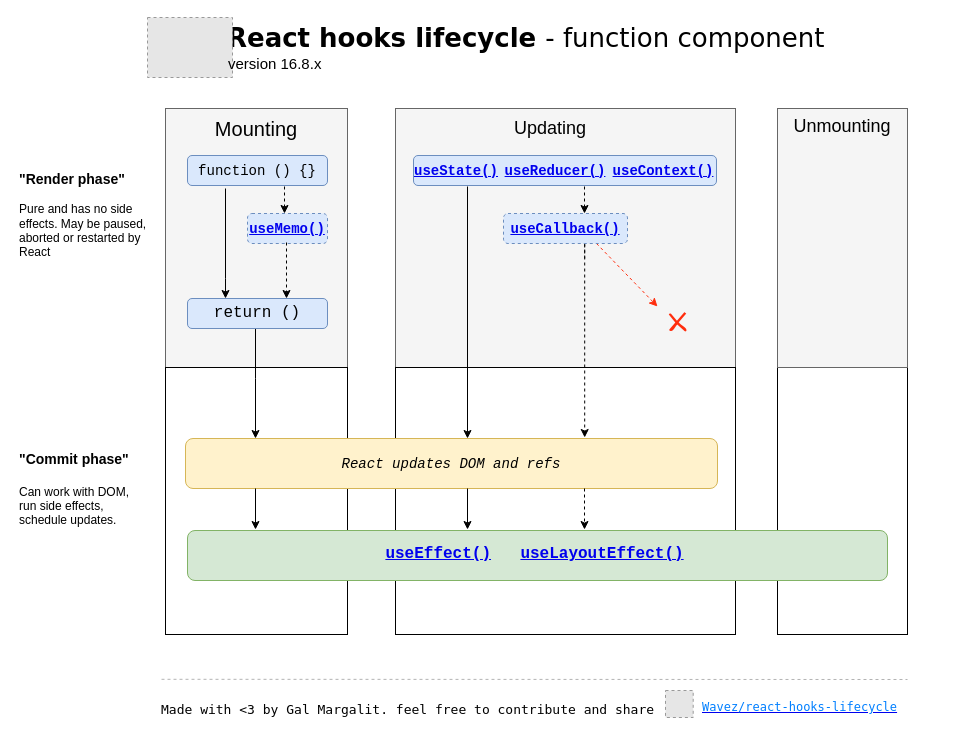
Before: chart.drawio in Wavez/react-hooks-lifecycle, a draw.io diagram. Source tidied: cells renumbered, new cells numbered last; positions are measured from the earlier drawing's top-left corner, leaving out a move shared by most shapes. Both pictures are drawn from the tidied source at 100%, with x=0, y=0 at pixel (17, 17). Pictures stored in the file or linked from it are replaced by grey dashed boxes.
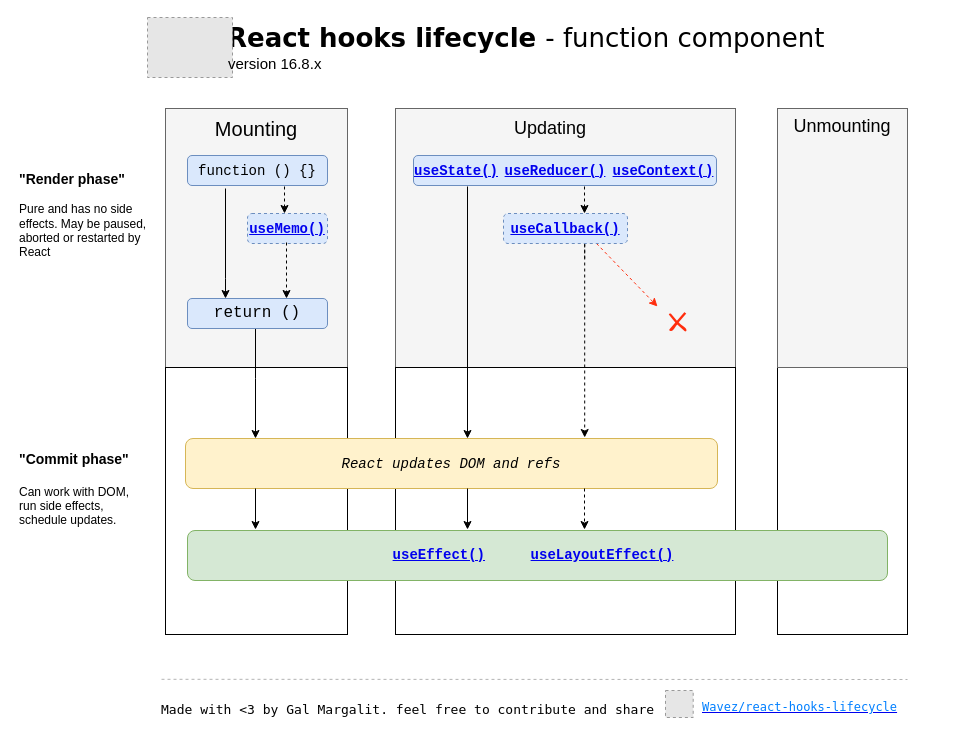
After the change.

Change to the diagram source:
```diff
@@
-    <mxCell id="43" value="&lt;h3 id=&quot;static-getderivedstatefromprops&quot;&gt;&lt;code&gt;&lt;font style=&quot;font-size: 16px&quot;&gt;&lt;a href=&quot;https://reactjs.org/docs/hooks-reference.html#useeffect&quot;&gt;useEffect()&lt;/a&gt;&amp;nbsp;&lt;/font&gt;&lt;/code&gt;&lt;/h3&gt;" style="text;html=1;strokeColor=none;fillColor=none;align=center;verticalAlign=middle;whiteSpace=wrap;rounded=0;" parent="1" vertex="1">
+    <mxCell id="43" value="&lt;h3 id=&quot;static-getderivedstatefromprops&quot;&gt;&lt;code style=&quot;font-size: 14px&quot;&gt;&lt;font style=&quot;font-size: 14px&quot;&gt;&lt;a href=&quot;https://reactjs.org/docs/hooks-reference.html#useeffect&quot;&gt;useEffect()&lt;/a&gt;&amp;nbsp;&lt;/font&gt;&lt;/code&gt;&lt;/h3&gt;" style="text;html=1;strokeColor=none;fillColor=none;align=center;verticalAlign=middle;whiteSpace=wrap;rounded=0;" parent="1" vertex="1">
       <mxGeometry x="406" y="527" width="40" height="20" as="geometry" />
     </mxCell>
-    <mxCell id="44" value="&lt;h3 id=&quot;static-getderivedstatefromprops&quot;&gt;&lt;code&gt;&lt;font style=&quot;font-size: 16px&quot;&gt;&lt;a href=&quot;https://reactjs.org/docs/hooks-reference.html#uselayouteffect&quot;&gt;useLayoutEffect()&lt;/a&gt;&lt;/font&gt;&lt;/code&gt;&lt;/h3&gt;" style="text;html=1;strokeColor=none;fillColor=none;align=center;verticalAlign=middle;whiteSpace=wrap;rounded=0;" parent="1" vertex="1">
+    <mxCell id="44" value="&lt;h3 id=&quot;static-getderivedstatefromprops&quot;&gt;&lt;code&gt;&lt;font size=&quot;1&quot;&gt;&lt;a href=&quot;https://reactjs.org/docs/hooks-reference.html#uselayouteffect&quot; style=&quot;font-size: 14px&quot;&gt;useLayoutEffect()&lt;/a&gt;&lt;/font&gt;&lt;/code&gt;&lt;/h3&gt;" style="text;html=1;strokeColor=none;fillColor=none;align=center;verticalAlign=middle;whiteSpace=wrap;rounded=0;" parent="1" vertex="1">
       <mxGeometry x="565" y="527" width="40" height="20" as="geometry" />
     </mxCell>
```
